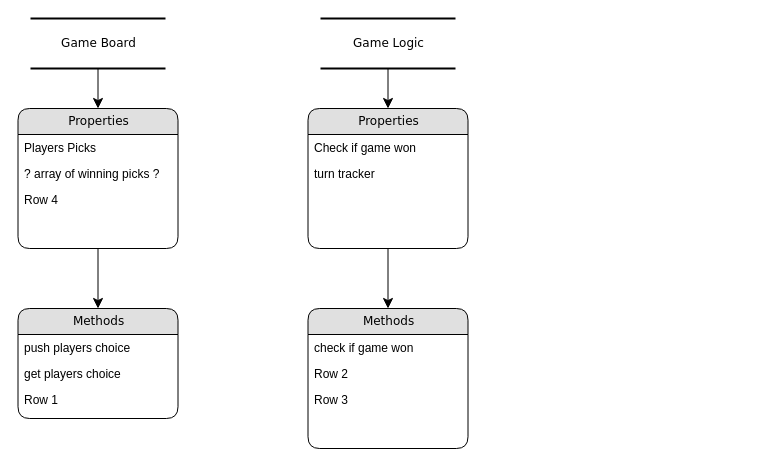
Before: Untitled Diagram.drawio in adamakers/ticTacToe, a draw.io diagram. Source tidied: cells renumbered, new cells numbered last; positions are measured from the earlier drawing's top-left corner, leaving out a move shared by most shapes. Both pictures are drawn from the tidied source at 100%, with x=0, y=0 at pixel (18, 18).
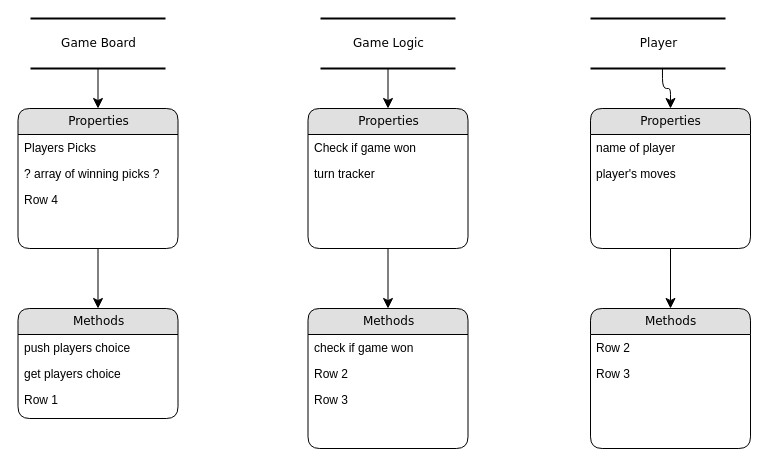
The same page after the edit.

Commit message:
added player to flowchart

What changed in the source:
```diff
@@
+    <mxCell id="23" value="Player" style="html=1;rounded=0;shadow=0;comic=0;labelBackgroundColor=none;strokeWidth=2;fontFamily=Verdana;fontSize=12;align=center;shape=mxgraph.ios7ui.horLines;" parent="1" vertex="1">
+      <mxGeometry x="572" width="135" height="50" as="geometry" />
+    </mxCell>
+    <mxCell id="24" value="Properties" style="swimlane;html=1;fontStyle=0;horizontal=1;startSize=26;fillColor=#e0e0e0;swimlaneFillColor=#ffffff;align=center;rounded=1;shadow=0;comic=0;labelBackgroundColor=none;strokeWidth=1;fontFamily=Verdana;fontSize=12;" parent="1" vertex="1">
+      <mxGeometry x="572" y="90" width="160" height="140" as="geometry" />
+    </mxCell>
+    <mxCell id="25" value="name of player" style="text;html=1;strokeColor=none;fillColor=none;spacingLeft=4;spacingRight=4;whiteSpace=wrap;overflow=hidden;" parent="24" vertex="1">
+      <mxGeometry y="26" width="160" height="26" as="geometry" />
+    </mxCell>
+    <mxCell id="26" value="player's moves" style="text;html=1;strokeColor=none;fillColor=none;spacingLeft=4;spacingRight=4;whiteSpace=wrap;overflow=hidden;" parent="24" vertex="1">
+      <mxGeometry y="52" width="160" height="26" as="geometry" />
+    </mxCell>
+    <mxCell id="27" value="Methods" style="swimlane;html=1;fontStyle=0;horizontal=1;startSize=26;fillColor=#e0e0e0;swimlaneFillColor=#ffffff;align=center;rounded=1;shadow=0;comic=0;labelBackgroundColor=none;strokeWidth=1;fontFamily=Verdana;fontSize=12;" parent="1" vertex="1">
+      <mxGeometry x="572" y="290" width="160" height="140" as="geometry" />
+    </mxCell>
+    <mxCell id="28" value="Row 2" style="text;html=1;strokeColor=none;fillColor=none;spacingLeft=4;spacingRight=4;whiteSpace=wrap;overflow=hidden;" parent="27" vertex="1">
+      <mxGeometry y="26" width="160" height="26" as="geometry" />
+    </mxCell>
+    <mxCell id="29" value="Row 3" style="text;html=1;strokeColor=none;fillColor=none;spacingLeft=4;spacingRight=4;whiteSpace=wrap;overflow=hidden;" parent="27" vertex="1">
+      <mxGeometry y="52" width="160" height="26" as="geometry" />
+    </mxCell>
+    <mxCell id="30" style="edgeStyle=orthogonalEdgeStyle;html=1;labelBackgroundColor=none;startFill=0;startSize=8;endFill=1;endSize=8;fontFamily=Verdana;fontSize=12;entryX=0.5;entryY=0;entryDx=0;entryDy=0;exitX=0.5;exitY=1;exitDx=0;exitDy=0;" parent="1" edge="1" source="24" target="27">
+      <mxGeometry relative="1" as="geometry" />
+    </mxCell>
+    <mxCell id="31" style="edgeStyle=orthogonalEdgeStyle;html=1;labelBackgroundColor=none;startFill=0;startSize=8;endFill=1;endSize=8;fontFamily=Verdana;fontSize=12;entryX=0.5;entryY=0;entryDx=0;entryDy=0;exitX=0.533;exitY=1;exitDx=0;exitDy=0;exitPerimeter=0;" parent="1" edge="1" source="23" target="24">
+      <mxGeometry x="-0.13" y="32" relative="1" as="geometry" />
+    </mxCell>
```
